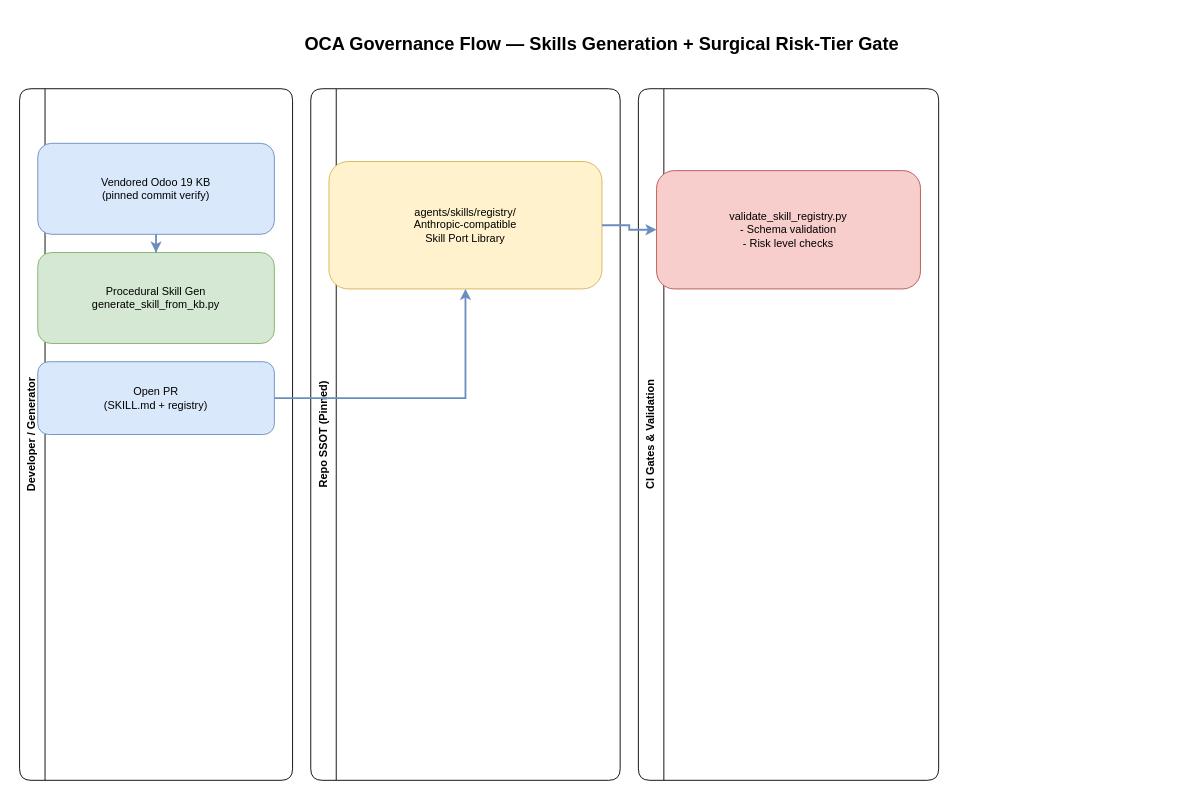
The draw.io diagram docs/diagrams/azure/oca-governance-flow.drawio in Insightpulseai/odoo, before the edit. Source tidied: cells renumbered, new cells numbered last; positions are measured from the earlier drawing's top-left corner, leaving out a move shared by most shapes. Both pictures are drawn from the tidied source at 91%, with x=0, y=0 at pixel (19, 25).
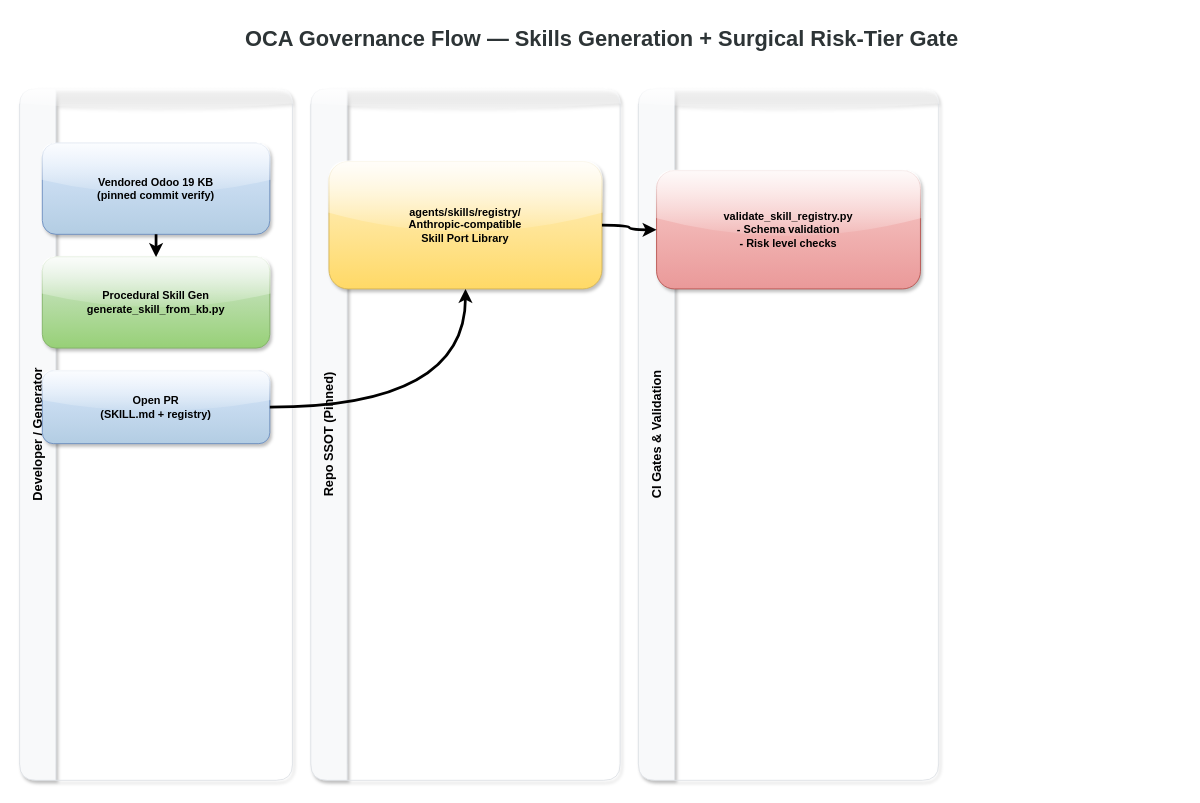
The same diagram, later.

Commit message (it also covers changes not shown here):
docs(diagrams): upgrade aesthetics to professional standards and finalize Anthropics integration

Diff of the diagram source:
```diff
@@
 <mxGraphModel>
   <root>
     <mxCell id="0" />
     <mxCell id="1" parent="0" />
-    <mxCell id="2" value="OCA Governance Flow — Skills Generation + Surgical Risk-Tier Gate" style="text;html=1;strokeColor=none;fillColor=none;align=center;verticalAlign=middle;whiteSpace=wrap;rounded=0;fontSize=20;fontStyle=1;" parent="1" vertex="1">
-      <mxGeometry width="1280" height="40" as="geometry" />
+    <mxCell id="2" value="OCA Governance Flow — Skills Generation + Surgical Risk-Tier Gate" style="text;html=1;strokeColor=none;fillColor=none;align=center;verticalAlign=middle;whiteSpace=wrap;rounded=0;fontSize=24;fontStyle=1;fontColor=#2D3436;" parent="1" vertex="1">
+      <mxGeometry y="-10" width="1280" height="50" as="geometry" />
     </mxCell>
-    <mxCell id="3" value="Developer / Generator" style="swimlane;horizontal=0;whiteSpace=wrap;html=1;fillColor=#ffffff;strokeColor=#000000;rounded=1;startSize=28;" parent="1" vertex="1">
+    <mxCell id="3" value="Developer / Generator" style="swimlane;horizontal=0;whiteSpace=wrap;html=1;fillColor=#F8F9FA;strokeColor=#DEE2E6;rounded=1;startSize=40;glass=1;shadow=1;fontSize=14;fontStyle=1;" parent="1" vertex="1">
       <mxGeometry y="70" width="300" height="760" as="geometry" />
     </mxCell>
-    <mxCell id="4" value="Repo SSOT (Pinned)" style="swimlane;horizontal=0;whiteSpace=wrap;html=1;fillColor=#ffffff;strokeColor=#000000;rounded=1;startSize=28;" parent="1" vertex="1">
+    <mxCell id="4" value="Repo SSOT (Pinned)" style="swimlane;horizontal=0;whiteSpace=wrap;html=1;fillColor=#F8F9FA;strokeColor=#DEE2E6;rounded=1;startSize=40;glass=1;shadow=1;fontSize=14;fontStyle=1;" parent="1" vertex="1">
       <mxGeometry x="320" y="70" width="340" height="760" as="geometry" />
     </mxCell>
-    <mxCell id="5" value="CI Gates &amp; Validation" style="swimlane;horizontal=0;whiteSpace=wrap;html=1;fillColor=#ffffff;strokeColor=#000000;rounded=1;startSize=28;" parent="1" vertex="1">
+    <mxCell id="5" value="CI Gates &amp; Validation" style="swimlane;horizontal=0;whiteSpace=wrap;html=1;fillColor=#F8F9FA;strokeColor=#DEE2E6;rounded=1;startSize=40;glass=1;shadow=1;fontSize=14;fontStyle=1;" parent="1" vertex="1">
       <mxGeometry x="680" y="70" width="330" height="760" as="geometry" />
     </mxCell>
-    <mxCell id="6" value="Vendored Odoo 19 KB&#10;(pinned commit verify)" style="rounded=1;whiteSpace=wrap;html=1;fillColor=#dae8fc;strokeColor=#6c8ebf;" parent="3" vertex="1">
-      <mxGeometry x="20" y="60" width="260" height="100" as="geometry" />
+    <mxCell id="6" value="Vendored Odoo 19 KB&#10;(pinned commit verify)" style="rounded=1;whiteSpace=wrap;html=1;fillColor=#dae8fc;strokeColor=#6c8ebf;gradientColor=#b3cde3;glass=1;shadow=1;fontStyle=1;" parent="3" vertex="1">
+      <mxGeometry x="25" y="60" width="250" height="100" as="geometry" />
     </mxCell>
-    <mxCell id="7" value="Procedural Skill Gen&#10;generate_skill_from_kb.py" style="rounded=1;whiteSpace=wrap;html=1;fillColor=#d5e8d4;strokeColor=#82b366;" parent="3" vertex="1">
-      <mxGeometry x="20" y="180" width="260" height="100" as="geometry" />
+    <mxCell id="7" value="Procedural Skill Gen&#10;generate_skill_from_kb.py" style="rounded=1;whiteSpace=wrap;html=1;fillColor=#d5e8d4;strokeColor=#82b366;gradientColor=#97d077;glass=1;shadow=1;fontStyle=1;" parent="3" vertex="1">
+      <mxGeometry x="25" y="185" width="250" height="100" as="geometry" />
     </mxCell>
-    <mxCell id="8" value="Open PR&#10;(SKILL.md + registry)" style="rounded=1;whiteSpace=wrap;html=1;fillColor=#dae8fc;strokeColor=#6c8ebf;" parent="3" vertex="1">
-      <mxGeometry x="20" y="300" width="260" height="80" as="geometry" />
+    <mxCell id="8" value="Open PR&#10;(SKILL.md + registry)" style="rounded=1;whiteSpace=wrap;html=1;fillColor=#dae8fc;strokeColor=#6c8ebf;gradientColor=#b3cde3;glass=1;shadow=1;fontStyle=1;" parent="3" vertex="1">
+      <mxGeometry x="25" y="310" width="250" height="80" as="geometry" />
     </mxCell>
-    <mxCell id="9" value="agents/skills/registry/&#10;Anthropic-compatible&#10;Skill Port Library" style="rounded=1;whiteSpace=wrap;html=1;fillColor=#fff2cc;strokeColor=#d6b656;" parent="4" vertex="1">
+    <mxCell id="9" value="agents/skills/registry/&#10;Anthropic-compatible&#10;Skill Port Library" style="rounded=1;whiteSpace=wrap;html=1;fillColor=#fff2cc;strokeColor=#d6b656;gradientColor=#ffd966;glass=1;shadow=1;fontStyle=1;" parent="4" vertex="1">
       <mxGeometry x="20" y="80" width="300" height="140" as="geometry" />
     </mxCell>
-    <mxCell id="10" value="validate_skill_registry.py&#10;- Schema validation&#10;- Risk level checks" style="rounded=1;whiteSpace=wrap;html=1;fillColor=#f8cecc;strokeColor=#b85450;" parent="5" vertex="1">
+    <mxCell id="10" value="validate_skill_registry.py&#10;- Schema validation&#10;- Risk level checks" style="rounded=1;whiteSpace=wrap;html=1;fillColor=#f8cecc;strokeColor=#b85450;gradientColor=#ea9999;glass=1;shadow=1;fontStyle=1;" parent="5" vertex="1">
       <mxGeometry x="20" y="90" width="290" height="130" as="geometry" />
     </mxCell>
-    <mxCell id="11" style="edgeStyle=orthogonalEdgeStyle;rounded=0;jettySize=auto;html=1;strokeWidth=2;strokeColor=#6c8ebf;" parent="1" edge="1" source="6" target="7">
+    <mxCell id="11" style="edgeStyle=orthogonalEdgeStyle;rounded=1;jettySize=auto;html=1;strokeWidth=3;strokeColor=#000000;curved=1;" parent="1" edge="1" source="6" target="7">
       <mxGeometry relative="1" as="geometry" />
     </mxCell>
-    <mxCell id="12" style="edgeStyle=orthogonalEdgeStyle;rounded=0;jettySize=auto;html=1;strokeWidth=2;strokeColor=#6c8ebf;" parent="1" edge="1" source="8" target="9">
+    <mxCell id="12" style="edgeStyle=orthogonalEdgeStyle;rounded=1;jettySize=auto;html=1;strokeWidth=3;strokeColor=#000000;curved=1;" parent="1" edge="1" source="8" target="9">
       <mxGeometry relative="1" as="geometry" />
     </mxCell>
-    <mxCell id="13" style="edgeStyle=orthogonalEdgeStyle;rounded=0;jettySize=auto;html=1;strokeWidth=2;strokeColor=#6c8ebf;" parent="1" edge="1" source="9" target="10">
+    <mxCell id="13" style="edgeStyle=orthogonalEdgeStyle;rounded=1;jettySize=auto;html=1;strokeWidth=3;strokeColor=#000000;curved=1;" parent="1" edge="1" source="9" target="10">
       <mxGeometry relative="1" as="geometry" />
     </mxCell>
   </root>
 </mxGraphModel>
```
